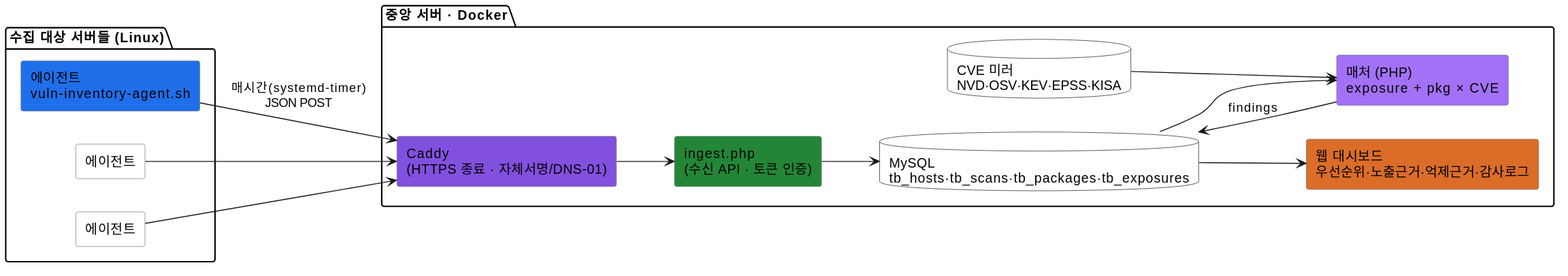
The PlantUML diagram docs/specs/diagrams/시스템개요.svg in JeongDoWook/vuln-agent, before a commit. The source it was exported from:
```plantuml
@startuml

left to right direction
skinparam rectangle {
    BackgroundColor #ffffff
    BorderColor #6e7681
}
skinparam databaseBackgroundColor #ffffff
skinparam shadowing false

package "수집 대상 서버들 (Linux)" as Servers {
    rectangle "에이전트\nvuln-inventory-agent.sh" as A1 #1f6feb
    rectangle "에이전트" as A2
    rectangle "에이전트" as A3
}

package "중앙 서버 · Docker" as Central {
    rectangle "Caddy\n(HTTPS 종료 · 자체서명/DNS-01)" as CADDY #8250df
    rectangle "ingest.php\n(수신 API · 토큰 인증)" as ING #238636
    database "MySQL\ntb_hosts·tb_scans·tb_packages·tb_exposures" as DB
    rectangle "매처 (PHP)\nexposure + pkg × CVE" as MAT #a371f7
    database "CVE 미러\nNVD·OSV·KEV·EPSS·KISA" as CVE
    rectangle "웹 대시보드\n우선순위·노출근거·억제근거·감사로그" as WEB #db6d28
}

A1 --> CADDY : 매시간(systemd-timer)\nJSON POST
A2 --> CADDY
A3 --> CADDY
CADDY --> ING
ING --> DB
DB --> MAT
CVE --> MAT
MAT --> DB : findings
DB --> WEB
@enduml
```
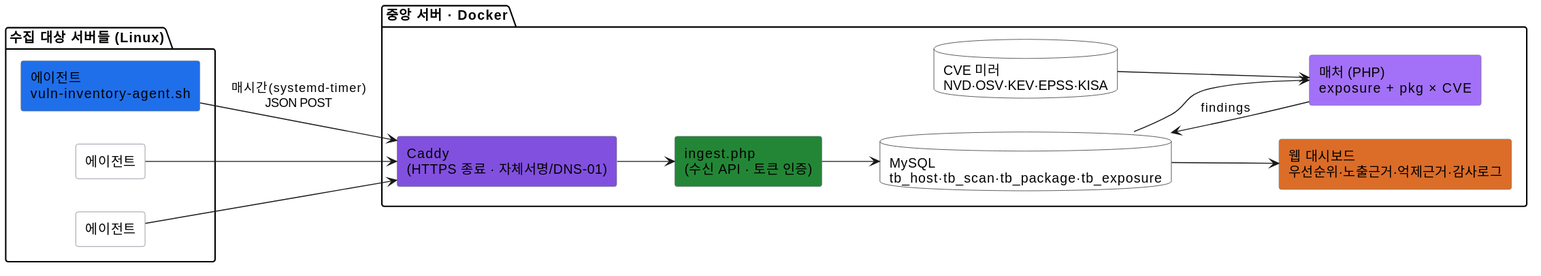
Above is the later version.

Change to the diagram source:
```diff
@@ -17,7 +17,7 @@
 package "중앙 서버 · Docker" as Central {
     rectangle "Caddy\n(HTTPS 종료 · 자체서명/DNS-01)" as CADDY #8250df
     rectangle "ingest.php\n(수신 API · 토큰 인증)" as ING #238636
-    database "MySQL\ntb_hosts·tb_scans·tb_packages·tb_exposures" as DB
+    database "MySQL\ntb_host·tb_scan·tb_package·tb_exposure" as DB
     rectangle "매처 (PHP)\nexposure + pkg × CVE" as MAT #a371f7
     database "CVE 미러\nNVD·OSV·KEV·EPSS·KISA" as CVE
     rectangle "웹 대시보드\n우선순위·노출근거·억제근거·감사로그" as WEB #db6d28
```
